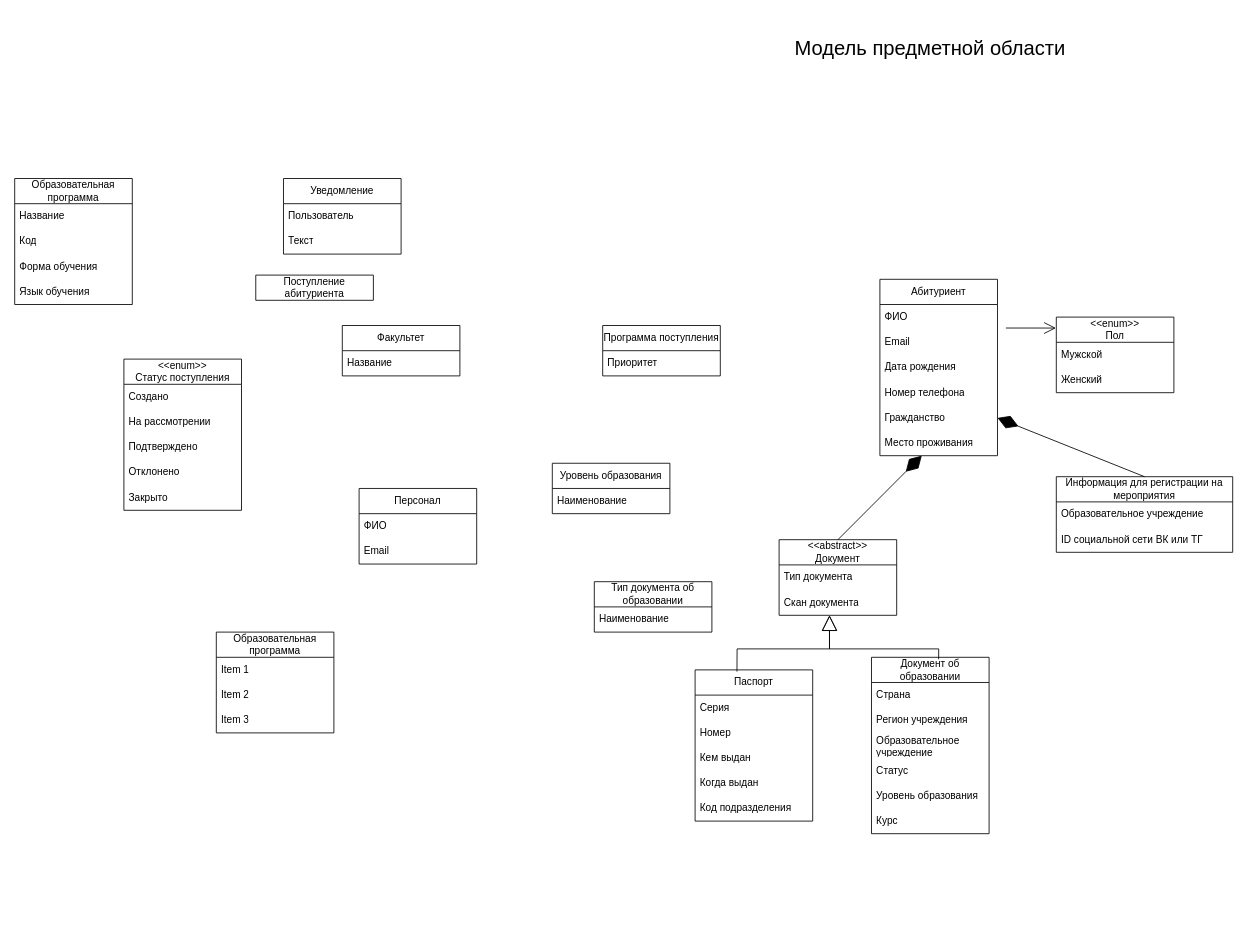
Above: ЛК абитуриента МПО.drawio.xml in AlexZ04/ApplicantPersonalAccount (draw.io), before the change. Source tidied: cells renumbered, new cells numbered last; positions are measured from the earlier drawing's top-left corner, leaving out a move shared by most shapes. Both pictures are drawn from the tidied source at 84%, with x=0, y=0 at pixel (14, 31).
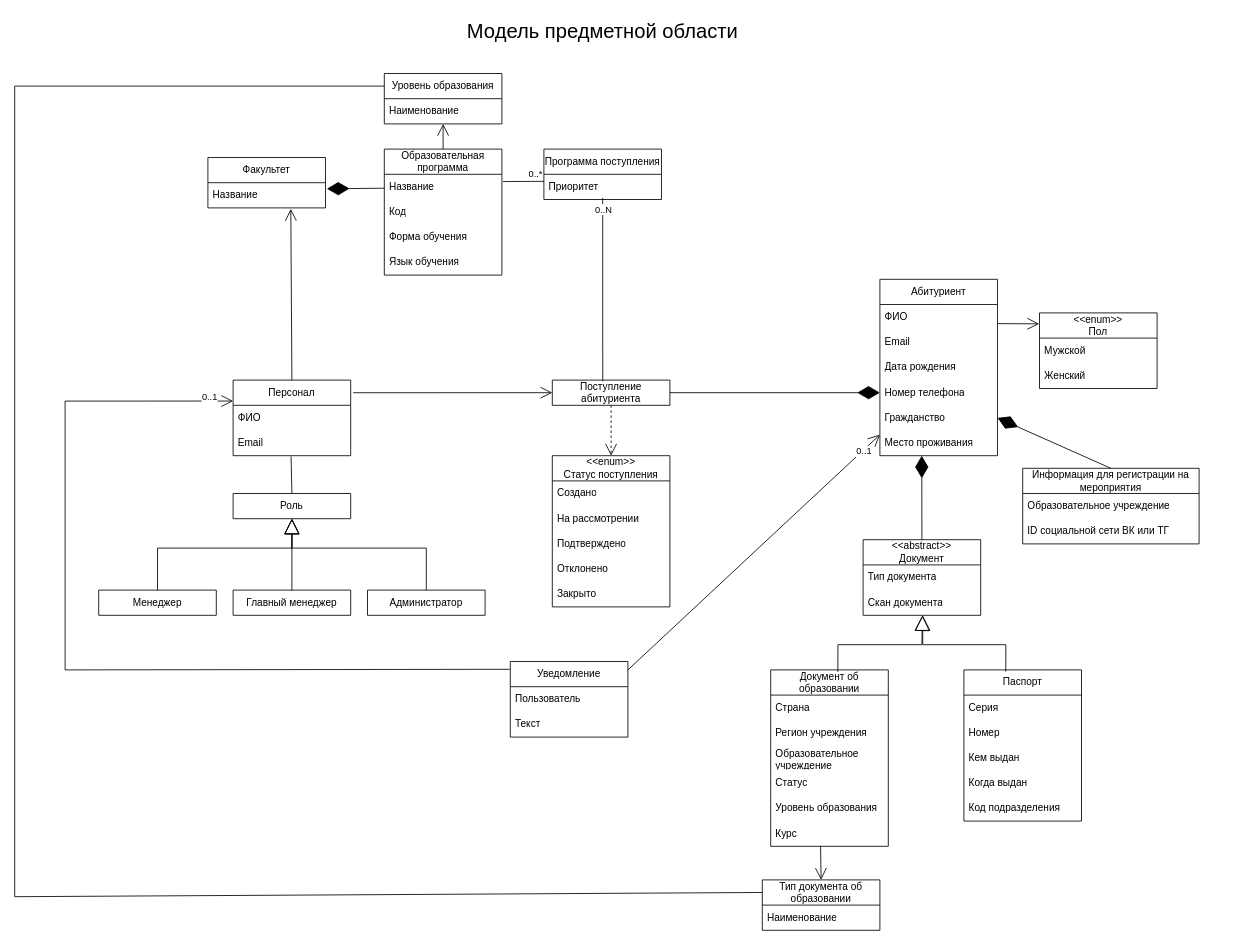
The same page after the edit.

Commit message:
finish class diagram

The change refers to these unchanged cells:
```xml
<mxCell id="3" value="ФИО" style="text;strokeColor=none;fillColor=none;align=left;verticalAlign=middle;spacingLeft=4;spacingRight=4;overflow=hidden;points=[[0,0.5],[1,0.5]];portConstraint=eastwest;whiteSpace=wrap;html=1;" parent="2" vertex="1">
  <mxGeometry y="30" width="140" height="30" as="geometry" />
</mxCell>
<mxCell id="6" value="Номер телефона" style="text;strokeColor=none;fillColor=none;align=left;verticalAlign=middle;spacingLeft=4;spacingRight=4;overflow=hidden;points=[[0,0.5],[1,0.5]];portConstraint=eastwest;whiteSpace=wrap;html=1;" parent="2" vertex="1">
  <mxGeometry y="120" width="140" height="30" as="geometry" />
</mxCell>
<mxCell id="8" value="Место проживания" style="text;strokeColor=none;fillColor=none;align=left;verticalAlign=middle;spacingLeft=4;spacingRight=4;overflow=hidden;points=[[0,0.5],[1,0.5]];portConstraint=eastwest;whiteSpace=wrap;html=1;" parent="2" vertex="1">
  <mxGeometry y="180" width="140" height="30" as="geometry" />
</mxCell>
<mxCell id="21" value="Скан документа" style="text;strokeColor=none;fillColor=none;align=left;verticalAlign=middle;spacingLeft=4;spacingRight=4;overflow=hidden;points=[[0,0.5],[1,0.5]];portConstraint=eastwest;whiteSpace=wrap;html=1;" parent="19" vertex="1">
  <mxGeometry y="60" width="140" height="30" as="geometry" />
</mxCell>
<mxCell id="29" value="Курс" style="text;strokeColor=none;fillColor=none;align=left;verticalAlign=middle;spacingLeft=4;spacingRight=4;overflow=hidden;points=[[0,0.5],[1,0.5]];portConstraint=eastwest;whiteSpace=wrap;html=1;" parent="23" vertex="1">
  <mxGeometry y="180" width="140" height="30" as="geometry" />
</mxCell>
<mxCell id="33" value="Название" style="text;strokeColor=none;fillColor=none;align=left;verticalAlign=middle;spacingLeft=4;spacingRight=4;overflow=hidden;points=[[0,0.5],[1,0.5]];portConstraint=eastwest;whiteSpace=wrap;html=1;" parent="32" vertex="1">
  <mxGeometry y="30" width="140" height="30" as="geometry" />
</mxCell>
<mxCell id="49" value="Email" style="text;strokeColor=none;fillColor=none;align=left;verticalAlign=middle;spacingLeft=4;spacingRight=4;overflow=hidden;points=[[0,0.5],[1,0.5]];portConstraint=eastwest;whiteSpace=wrap;html=1;" parent="47" vertex="1">
  <mxGeometry y="60" width="140" height="30" as="geometry" />
</mxCell>
<mxCell id="51" value="Название" style="text;strokeColor=none;fillColor=none;align=left;verticalAlign=middle;spacingLeft=4;spacingRight=4;overflow=hidden;points=[[0,0.5],[1,0.5]];portConstraint=eastwest;whiteSpace=wrap;html=1;" parent="50" vertex="1">
  <mxGeometry y="30" width="140" height="30" as="geometry" />
</mxCell>
<mxCell id="64" value="Приоритет" style="text;strokeColor=none;fillColor=none;align=left;verticalAlign=middle;spacingLeft=4;spacingRight=4;overflow=hidden;points=[[0,0.5],[1,0.5]];portConstraint=eastwest;whiteSpace=wrap;html=1;" parent="63" vertex="1">
  <mxGeometry y="30" width="140" height="30" as="geometry" />
</mxCell>
```

Change to the diagram source:
```diff
@@
     <mxCell id="9" value="&lt;font style=&quot;font-size: 24px;&quot;&gt;Модель предметной области&lt;/font&gt;" style="text;html=1;align=center;verticalAlign=middle;whiteSpace=wrap;rounded=0;" parent="1" vertex="1">
-      <mxGeometry x="915" width="350" height="40" as="geometry" />
+      <mxGeometry x="525" y="-20" width="350" height="40" as="geometry" />
     </mxCell>
     <mxCell id="10" value="&lt;div&gt;&amp;lt;&amp;lt;enum&amp;gt;&amp;gt;&lt;/div&gt;Пол" style="swimlane;fontStyle=0;horizontal=1;startSize=30;whiteSpace=wrap;html=1;" parent="1" vertex="1">
-      <mxGeometry x="1240" y="340" width="140" height="90" as="geometry" />
+      <mxGeometry x="1220" y="335" width="140" height="90" as="geometry" />
     </mxCell>
@@
     <mxCell id="13" value="Паспорт" style="swimlane;fontStyle=0;horizontal=1;startSize=30;whiteSpace=wrap;html=1;" parent="1" vertex="1">
-      <mxGeometry x="810" y="760" width="140" height="180" as="geometry" />
+      <mxGeometry x="1130" y="760" width="140" height="180" as="geometry" />
     </mxCell>
@@
     <mxCell id="19" value="&amp;lt;&amp;lt;abstract&amp;gt;&amp;gt;&lt;div&gt;Документ&lt;/div&gt;" style="swimlane;fontStyle=0;horizontal=1;startSize=30;whiteSpace=wrap;html=1;" parent="1" vertex="1">
-      <mxGeometry x="910" y="605" width="140" height="90" as="geometry" />
+      <mxGeometry x="1010" y="605" width="140" height="90" as="geometry" />
     </mxCell>
@@
     <mxCell id="23" value="Документ об образовании" style="swimlane;fontStyle=0;horizontal=1;startSize=30;whiteSpace=wrap;html=1;" parent="1" vertex="1">
-      <mxGeometry x="1020" y="745" width="140" height="210" as="geometry" />
+      <mxGeometry x="900" y="760" width="140" height="210" as="geometry" />
     </mxCell>
@@
-    <mxCell id="30" style="endArrow=block;endSize=16;endFill=0;html=1;rounded=0;exitX=0.356;exitY=0.011;exitDx=0;exitDy=0;exitPerimeter=0;" parent="1" edge="1" source="13">
+    <mxCell id="30" style="endArrow=block;endSize=16;endFill=0;html=1;rounded=0;exitX=0.356;exitY=0.011;exitDx=0;exitDy=0;exitPerimeter=0;entryX=0.507;entryY=0.995;entryDx=0;entryDy=0;entryPerimeter=0;" parent="1" edge="1" source="13" target="21">
       <mxGeometry relative="1" as="geometry">
-        <mxPoint x="970" y="695" as="targetPoint" />
         <Array as="points">
-          <mxPoint x="860" y="735" />
-          <mxPoint x="970" y="735" />
+          <mxPoint x="1180" y="730" />
+          <mxPoint x="1081" y="730" />
         </Array>
       </mxGeometry>
     </mxCell>
-    <mxCell id="31" style="endArrow=block;endSize=16;endFill=0;html=1;rounded=0;exitX=0.571;exitY=0.011;exitDx=0;exitDy=0;exitPerimeter=0;" parent="1" edge="1" source="23">
+    <mxCell id="31" style="endArrow=block;endSize=16;endFill=0;html=1;rounded=0;exitX=0.571;exitY=0.011;exitDx=0;exitDy=0;exitPerimeter=0;entryX=0.504;entryY=1.003;entryDx=0;entryDy=0;entryPerimeter=0;" parent="1" edge="1" source="23" target="21">
       <mxGeometry relative="1" as="geometry">
-        <mxPoint x="970" y="695" as="targetPoint" />
         <Array as="points">
-          <mxPoint x="1100" y="735" />
-          <mxPoint x="970" y="735" />
+          <mxPoint x="980" y="730" />
+          <mxPoint x="1080" y="730" />
         </Array>
       </mxGeometry>
     </mxCell>
     <mxCell id="32" value="Образовательная программа" style="swimlane;fontStyle=0;horizontal=1;startSize=30;whiteSpace=wrap;html=1;" parent="1" vertex="1">
-      <mxGeometry y="175" width="140" height="150" as="geometry" />
+      <mxGeometry x="440" y="140" width="140" height="150" as="geometry" />
     </mxCell>
@@
     <mxCell id="37" value="Поступление абитуриента" style="swimlane;fontStyle=0;horizontal=1;startSize=30;whiteSpace=wrap;html=1;" parent="1" vertex="1">
-      <mxGeometry x="287" y="290" width="140" height="30" as="geometry" />
+      <mxGeometry x="640" y="415" width="140" height="30" as="geometry" />
     </mxCell>
     <mxCell id="38" value="&amp;lt;&amp;lt;enum&amp;gt;&amp;gt;&lt;div&gt;Статус поступления&lt;/div&gt;" style="swimlane;fontStyle=0;horizontal=1;startSize=30;whiteSpace=wrap;html=1;" parent="1" vertex="1">
-      <mxGeometry x="130" y="390" width="140" height="180" as="geometry" />
+      <mxGeometry x="640" y="505" width="140" height="180" as="geometry" />
     </mxCell>
@@
     <mxCell id="44" value="Уведомление" style="swimlane;fontStyle=0;horizontal=1;startSize=30;whiteSpace=wrap;html=1;" parent="1" vertex="1">
-      <mxGeometry x="320" y="175" width="140" height="90" as="geometry" />
+      <mxGeometry x="590" y="750" width="140" height="90" as="geometry" />
     </mxCell>
@@
     <mxCell id="47" value="Персонал" style="swimlane;fontStyle=0;horizontal=1;startSize=30;whiteSpace=wrap;html=1;" parent="1" vertex="1">
-      <mxGeometry x="410" y="544" width="140" height="90" as="geometry" />
+      <mxGeometry x="260" y="415" width="140" height="90" as="geometry" />
     </mxCell>
@@
     <mxCell id="50" value="Факультет" style="swimlane;fontStyle=0;horizontal=1;startSize=30;whiteSpace=wrap;html=1;" parent="1" vertex="1">
-      <mxGeometry x="390" y="350" width="140" height="60" as="geometry" />
+      <mxGeometry x="230" y="150" width="140" height="60" as="geometry" />
     </mxCell>
@@
     <mxCell id="52" value="Уровень образования" style="swimlane;fontStyle=0;horizontal=1;startSize=30;whiteSpace=wrap;html=1;" parent="1" vertex="1">
-      <mxGeometry x="640" y="514" width="140" height="60" as="geometry" />
+      <mxGeometry x="440" y="50" width="140" height="60" as="geometry" />
     </mxCell>
@@
     <mxCell id="54" value="Тип документа об образовании" style="swimlane;fontStyle=0;horizontal=1;startSize=30;whiteSpace=wrap;html=1;" parent="1" vertex="1">
-      <mxGeometry x="690" y="655" width="140" height="60" as="geometry" />
+      <mxGeometry x="890" y="1010" width="140" height="60" as="geometry" />
     </mxCell>
@@
-    <mxCell id="56" value="Образовательная программа" style="swimlane;fontStyle=0;horizontal=1;startSize=30;whiteSpace=wrap;html=1;" parent="1" vertex="1">
-      <mxGeometry x="240" y="715" width="140" height="120" as="geometry" />
-    </mxCell>
-    <mxCell id="57" value="Item 1" style="text;strokeColor=none;fillColor=none;align=left;verticalAlign=middle;spacingLeft=4;spacingRight=4;overflow=hidden;whiteSpace=wrap;html=1;" parent="56" vertex="1">
-      <mxGeometry y="30" width="140" height="30" as="geometry" />
-    </mxCell>
-    <mxCell id="58" value="Item 2" style="text;strokeColor=none;fillColor=none;align=left;verticalAlign=middle;spacingLeft=4;spacingRight=4;overflow=hidden;whiteSpace=wrap;html=1;" parent="56" vertex="1">
-      <mxGeometry y="60" width="140" height="30" as="geometry" />
-    </mxCell>
-    <mxCell id="59" value="Item 3" style="text;strokeColor=none;fillColor=none;align=left;verticalAlign=middle;spacingLeft=4;spacingRight=4;overflow=hidden;whiteSpace=wrap;html=1;" parent="56" vertex="1">
-      <mxGeometry y="90" width="140" height="30" as="geometry" />
-    </mxCell>
     <mxCell id="60" value="Информация для регистрации на мероприятия" style="swimlane;fontStyle=0;horizontal=1;startSize=30;whiteSpace=wrap;html=1;" parent="1" vertex="1">
-      <mxGeometry x="1240" y="530" width="210" height="90" as="geometry" />
+      <mxGeometry x="1200" y="520" width="210" height="90" as="geometry" />
     </mxCell>
@@
     <mxCell id="63" value="Программа поступления" style="swimlane;fontStyle=0;horizontal=1;startSize=30;whiteSpace=wrap;html=1;" parent="1" vertex="1">
-      <mxGeometry x="700" y="350" width="140" height="60" as="geometry" />
+      <mxGeometry x="630" y="140" width="140" height="60" as="geometry" />
     </mxCell>
@@
-    <mxCell id="66" style="endArrow=open;endFill=1;endSize=12;html=1;rounded=0;entryX=-0.003;entryY=0.145;entryDx=0;entryDy=0;entryPerimeter=0;" parent="1" edge="1" target="10">
-      <mxGeometry relative="1" as="geometry">
-        <mxPoint x="1180" y="353" as="sourcePoint" />
-      </mxGeometry>
+    <mxCell id="66" style="endArrow=open;endFill=1;endSize=12;html=1;rounded=0;entryX=-0.003;entryY=0.145;entryDx=0;entryDy=0;entryPerimeter=0;exitX=1.004;exitY=0.758;exitDx=0;exitDy=0;exitPerimeter=0;" parent="1" edge="1" source="3" target="10">
+      <mxGeometry relative="1" as="geometry" />
     </mxCell>
+    <mxCell id="67" value="Роль" style="swimlane;fontStyle=0;horizontal=1;startSize=30;whiteSpace=wrap;html=1;" parent="1" vertex="1">
+      <mxGeometry x="260" y="550" width="140" height="30" as="geometry" />
+    </mxCell>
+    <mxCell id="68" value="Менеджер" style="swimlane;fontStyle=0;horizontal=1;startSize=30;whiteSpace=wrap;html=1;" parent="1" vertex="1">
+      <mxGeometry x="100" y="665" width="140" height="30" as="geometry" />
+    </mxCell>
+    <mxCell id="69" value="Главный менеджер" style="swimlane;fontStyle=0;horizontal=1;startSize=30;whiteSpace=wrap;html=1;" parent="1" vertex="1">
+      <mxGeometry x="260" y="665" width="140" height="30" as="geometry" />
+    </mxCell>
+    <mxCell id="70" value="Администратор" style="swimlane;fontStyle=0;horizontal=1;startSize=30;whiteSpace=wrap;html=1;" parent="1" vertex="1">
+      <mxGeometry x="420" y="665" width="140" height="30" as="geometry" />
+    </mxCell>
+    <mxCell id="71" style="endArrow=none;html=1;rounded=0;exitX=0.5;exitY=0;exitDx=0;exitDy=0;entryX=0.493;entryY=1.025;entryDx=0;entryDy=0;entryPerimeter=0;" parent="1" edge="1" source="67" target="49">
+      <mxGeometry relative="1" as="geometry" />
+    </mxCell>
+    <mxCell id="72" style="endArrow=block;endSize=16;endFill=0;html=1;rounded=0;exitX=0.5;exitY=0;exitDx=0;exitDy=0;entryX=0.5;entryY=1;entryDx=0;entryDy=0;" parent="1" edge="1" source="68" target="67">
+      <mxGeometry relative="1" as="geometry">
+        <Array as="points">
+          <mxPoint x="170" y="615" />
+          <mxPoint x="330" y="615" />
+        </Array>
+      </mxGeometry>
+    </mxCell>
+    <mxCell id="73" style="endArrow=block;endSize=16;endFill=0;html=1;rounded=0;exitX=0.5;exitY=0;exitDx=0;exitDy=0;entryX=0.5;entryY=1;entryDx=0;entryDy=0;" parent="1" edge="1" source="69" target="67">
+      <mxGeometry relative="1" as="geometry" />
+    </mxCell>
+    <mxCell id="74" style="endArrow=block;endSize=16;endFill=0;html=1;rounded=0;exitX=0.5;exitY=0;exitDx=0;exitDy=0;entryX=0.5;entryY=1;entryDx=0;entryDy=0;" parent="1" edge="1" source="70" target="67">
+      <mxGeometry relative="1" as="geometry">
+        <Array as="points">
+          <mxPoint x="490" y="615" />
+          <mxPoint x="330" y="615" />
+        </Array>
+      </mxGeometry>
+    </mxCell>
+    <mxCell id="75" style="endArrow=open;endFill=1;endSize=12;html=1;rounded=0;entryX=0.5;entryY=0;entryDx=0;entryDy=0;exitX=0.424;exitY=0.983;exitDx=0;exitDy=0;exitPerimeter=0;" parent="1" edge="1" source="29" target="54">
+      <mxGeometry relative="1" as="geometry" />
+    </mxCell>
+    <mxCell id="76" style="endArrow=diamondThin;endFill=1;endSize=24;html=1;rounded=0;exitX=-0.001;exitY=0.552;exitDx=0;exitDy=0;entryX=1.012;entryY=0.242;entryDx=0;entryDy=0;entryPerimeter=0;exitPerimeter=0;" parent="1" edge="1" source="33" target="51">
+      <mxGeometry relative="1" as="geometry" />
+    </mxCell>
+    <mxCell id="77" style="endArrow=open;endFill=1;endSize=12;html=1;rounded=0;exitX=0.5;exitY=0;exitDx=0;exitDy=0;" parent="1" edge="1" source="32" target="52">
+      <mxGeometry relative="1" as="geometry" />
+    </mxCell>
+    <mxCell id="78" style="endArrow=open;endSize=12;dashed=1;html=1;rounded=0;exitX=0.5;exitY=1;exitDx=0;exitDy=0;entryX=0.5;entryY=0;entryDx=0;entryDy=0;" parent="1" edge="1" source="37" target="38">
+      <mxGeometry relative="1" as="geometry" />
+    </mxCell>
+    <mxCell id="79" style="endArrow=diamondThin;endFill=1;endSize=24;html=1;rounded=0;exitX=1;exitY=0.5;exitDx=0;exitDy=0;entryX=0;entryY=0.5;entryDx=0;entryDy=0;" parent="1" edge="1" source="37" target="6">
+      <mxGeometry relative="1" as="geometry" />
+    </mxCell>
+    <mxCell id="80" style="endArrow=open;endFill=1;endSize=12;html=1;rounded=0;exitX=1.021;exitY=0.167;exitDx=0;exitDy=0;entryX=0;entryY=0.5;entryDx=0;entryDy=0;exitPerimeter=0;" parent="1" edge="1" source="47" target="37">
+      <mxGeometry relative="1" as="geometry" />
+    </mxCell>
+    <mxCell id="81" style="endArrow=open;endFill=1;endSize=12;html=1;rounded=0;exitX=-0.005;exitY=0.103;exitDx=0;exitDy=0;exitPerimeter=0;entryX=0;entryY=0.277;entryDx=0;entryDy=0;entryPerimeter=0;" parent="1" edge="1" source="44" target="47">
+      <mxGeometry relative="1" as="geometry">
+        <Array as="points">
+          <mxPoint x="60" y="760" />
+          <mxPoint x="60" y="440" />
+        </Array>
+      </mxGeometry>
+    </mxCell>
+    <mxCell id="82" value="0..1" style="edgeLabel;html=1;align=center;verticalAlign=middle;" parent="81" vertex="1">
+      <mxGeometry x="0.92" y="5" relative="1" as="geometry">
+        <mxPoint x="14" as="offset" />
+      </mxGeometry>
+    </mxCell>
+    <mxCell id="83" style="endArrow=open;endFill=1;endSize=12;html=1;rounded=0;exitX=0.999;exitY=0.113;exitDx=0;exitDy=0;exitPerimeter=0;entryX=0;entryY=0.167;entryDx=0;entryDy=0;entryPerimeter=0;" parent="1" edge="1" source="44" target="8">
+      <mxGeometry relative="1" as="geometry" />
+    </mxCell>
+    <mxCell id="84" value="0..1" style="edgeLabel;html=1;align=center;verticalAlign=middle;" parent="83" vertex="1">
+      <mxGeometry x="0.91" y="3" relative="1" as="geometry">
+        <mxPoint x="-4" y="9" as="offset" />
+      </mxGeometry>
+    </mxCell>
+    <mxCell id="85" style="endArrow=open;endFill=1;endSize=12;html=1;rounded=0;exitX=0.5;exitY=0;exitDx=0;exitDy=0;entryX=0.705;entryY=1.039;entryDx=0;entryDy=0;entryPerimeter=0;" parent="1" edge="1" source="47" target="51">
+      <mxGeometry relative="1" as="geometry" />
+    </mxCell>
+    <mxCell id="86" style="endArrow=none;html=1;rounded=0;exitX=1.009;exitY=0.288;exitDx=0;exitDy=0;entryX=0.001;entryY=0.279;entryDx=0;entryDy=0;entryPerimeter=0;exitPerimeter=0;" parent="1" edge="1" source="33" target="64">
+      <mxGeometry relative="1" as="geometry" />
+    </mxCell>
+    <mxCell id="87" value="0..*" style="edgeLabel;html=1;align=center;verticalAlign=middle;" parent="86" vertex="1">
+      <mxGeometry x="-0.29" y="-1" relative="1" as="geometry">
+        <mxPoint x="21" y="-10" as="offset" />
+      </mxGeometry>
+    </mxCell>
+    <mxCell id="88" style="endArrow=none;html=1;rounded=0;entryX=0.5;entryY=0.939;entryDx=0;entryDy=0;entryPerimeter=0;exitX=0.429;exitY=0.044;exitDx=0;exitDy=0;exitPerimeter=0;" parent="1" edge="1" source="37" target="64">
+      <mxGeometry relative="1" as="geometry" />
+    </mxCell>
+    <mxCell id="89" value="0..N" style="edgeLabel;html=1;align=center;verticalAlign=middle;" parent="88" vertex="1">
+      <mxGeometry x="0.91" y="2" relative="1" as="geometry">
+        <mxPoint x="2" y="3" as="offset" />
+      </mxGeometry>
+    </mxCell>
+    <mxCell id="90" style="endArrow=none;html=1;rounded=0;entryX=0;entryY=0.25;entryDx=0;entryDy=0;exitX=0;exitY=0.25;exitDx=0;exitDy=0;" parent="1" edge="1" source="52" target="54">
+      <mxGeometry relative="1" as="geometry">
+        <Array as="points">
+          <mxPoint y="65" />
+          <mxPoint y="1030" />
+        </Array>
+      </mxGeometry>
+    </mxCell>
```
